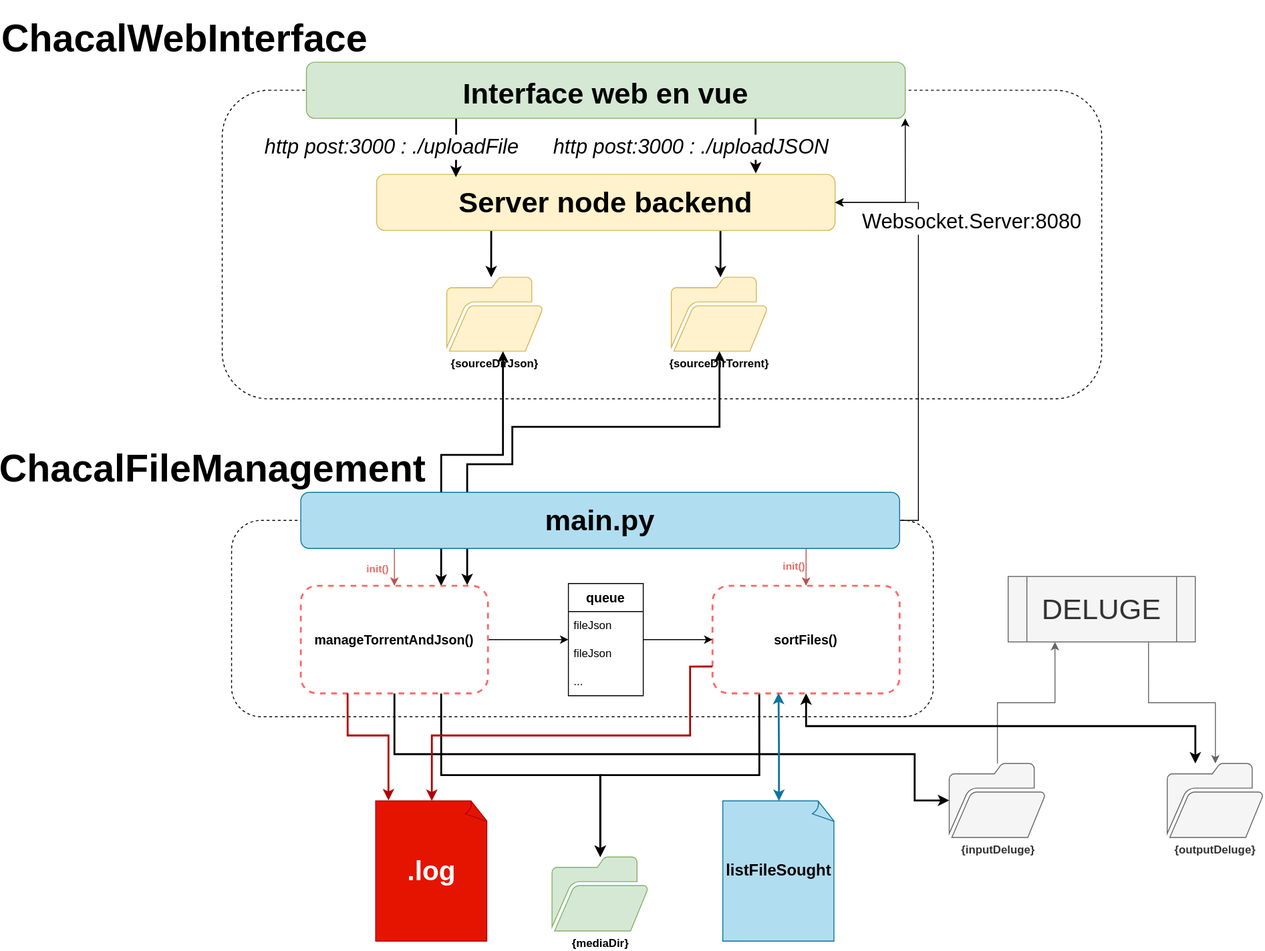
The draw.io diagram Archi_ChacalTorrent.svg in ChacalTordu/ChacalTorrent, before a commit. Source tidied: cells renumbered, new cells last; positions are measured from the earlier drawing's top-left corner, leaving out a move shared by most shapes.
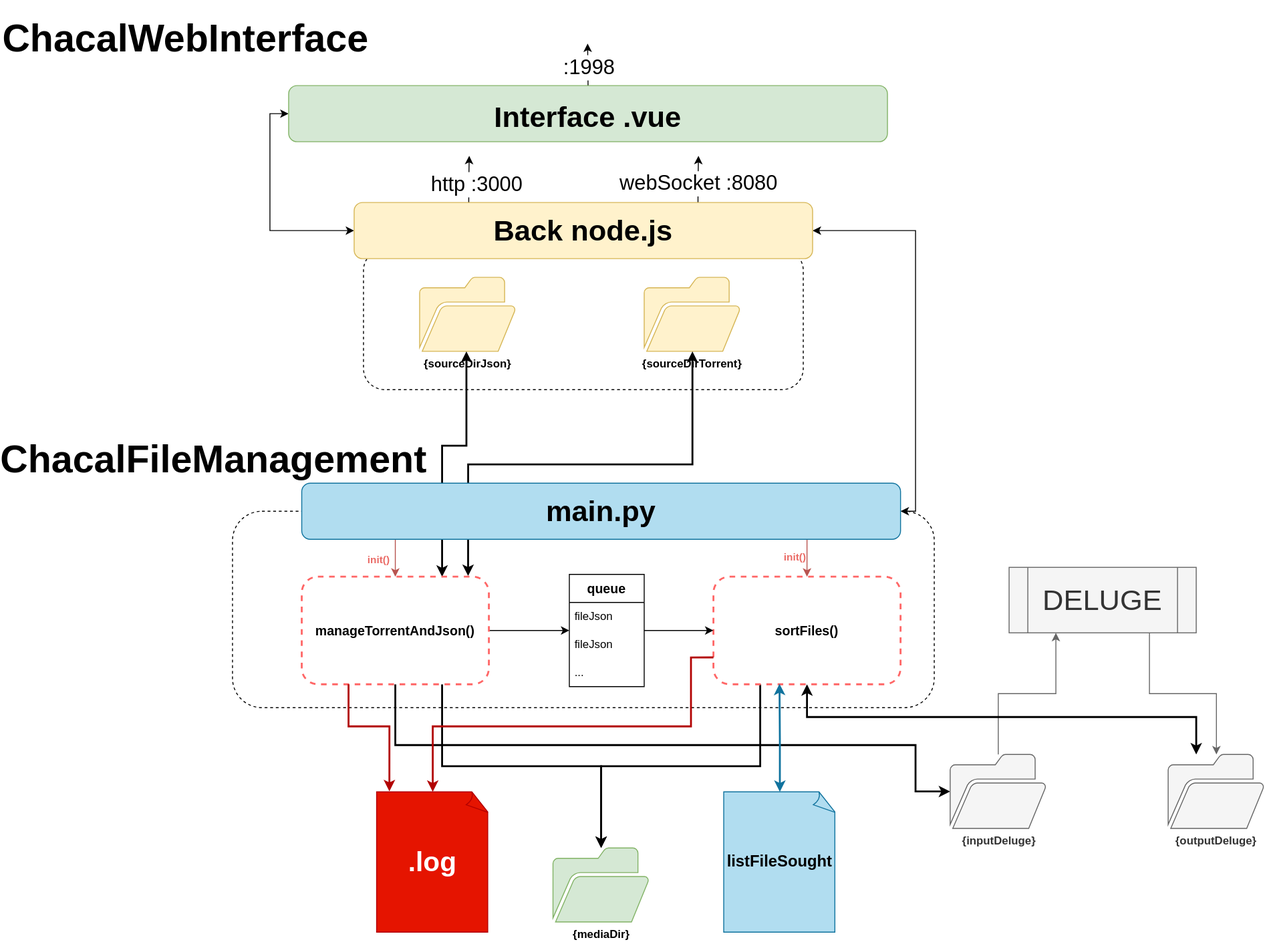
The same file after the commit.

What changed in the source:
```diff
@@ -2,62 +2,33 @@
   <root>
     <mxCell id="0" />
     <mxCell id="1" parent="0" />
-    <mxCell id="2" style="rounded=1;whiteSpace=wrap;html=1;fillColor=none;dashed=1;" parent="1" vertex="1">
-      <mxGeometry x="200" y="70" width="940" height="330" as="geometry" />
-    </mxCell>
-    <mxCell id="3" style="edgeStyle=orthogonalEdgeStyle;rounded=0;jettySize=auto;html=1;exitX=0.25;exitY=1;exitDx=0;exitDy=0;strokeWidth=2;" parent="1" edge="1" source="5" target="6">
-      <mxGeometry relative="1" as="geometry">
-        <Array as="points">
-          <mxPoint x="488" y="245" />
-          <mxPoint x="488" y="245" />
-        </Array>
-      </mxGeometry>
-    </mxCell>
-    <mxCell id="4" style="edgeStyle=orthogonalEdgeStyle;rounded=0;jettySize=auto;html=1;exitX=0.75;exitY=1;exitDx=0;exitDy=0;strokeWidth=2;" parent="1" edge="1" source="5" target="7">
-      <mxGeometry relative="1" as="geometry">
-        <Array as="points">
-          <mxPoint x="733" y="245" />
-          <mxPoint x="733" y="245" />
-        </Array>
-      </mxGeometry>
-    </mxCell>
-    <mxCell id="5" value="&lt;h1 style=&quot;font-size: 25px;&quot;&gt;&lt;font style=&quot;font-size: 31px;&quot;&gt;Server node backend&lt;/font&gt;&lt;/h1&gt;" style="rounded=1;whiteSpace=wrap;html=1;fillColor=#fff2cc;strokeColor=#d6b656;" parent="1" vertex="1">
-      <mxGeometry x="365" y="160" width="490" height="60" as="geometry" />
-    </mxCell>
     <mxCell id="6" value="&lt;b&gt;{sourceDirJson}&lt;/b&gt;" style="sketch=0;shadow=0;dashed=0;html=1;labelPosition=center;verticalLabelPosition=bottom;verticalAlign=top;outlineConnect=0;align=center;shape=mxgraph.office.concepts.folder_open;fillColor=#fff2cc;strokeColor=#d6b656;" parent="1" vertex="1">
-      <mxGeometry x="440" y="270" width="103" height="79.1" as="geometry" />
+      <mxGeometry x="410" y="280" width="103" height="79.1" as="geometry" />
     </mxCell>
     <mxCell id="7" value="&lt;b&gt;{sourceDirTorrent}&lt;/b&gt;" style="sketch=0;shadow=0;dashed=0;html=1;strokeColor=#d6b656;fillColor=#fff2cc;labelPosition=center;verticalLabelPosition=bottom;verticalAlign=top;outlineConnect=0;align=center;shape=mxgraph.office.concepts.folder_open;" parent="1" vertex="1">
-      <mxGeometry x="680" y="270" width="103" height="79.1" as="geometry" />
+      <mxGeometry x="650" y="280" width="103" height="79.1" as="geometry" />
     </mxCell>
-    <mxCell id="8" style="edgeStyle=orthogonalEdgeStyle;rounded=0;jettySize=auto;html=1;exitX=0.25;exitY=1;exitDx=0;exitDy=0;entryX=0.173;entryY=0.05;entryDx=0;entryDy=0;entryPerimeter=0;strokeWidth=2;" parent="1" edge="1" source="13" target="5">
-      <mxGeometry relative="1" as="geometry" />
-    </mxCell>
-    <mxCell id="9" value="&lt;font size=&quot;1&quot;&gt;&lt;i style=&quot;font-size: 22px;&quot;&gt;http post:3000 : ./uploadFile&lt;/i&gt;&lt;/font&gt;" style="edgeLabel;html=1;align=center;verticalAlign=middle;" parent="8" vertex="1">
-      <mxGeometry y="-2" relative="1" as="geometry">
-        <mxPoint x="-68" y="-3" as="offset" />
-      </mxGeometry>
-    </mxCell>
-    <mxCell id="10" style="edgeStyle=orthogonalEdgeStyle;rounded=0;jettySize=auto;html=1;exitX=0.75;exitY=1;exitDx=0;exitDy=0;entryX=0.827;entryY=-0.017;entryDx=0;entryDy=0;entryPerimeter=0;strokeWidth=2;" parent="1" edge="1" source="13" target="5">
-      <mxGeometry relative="1" as="geometry" />
-    </mxCell>
-    <mxCell id="11" value="&lt;font style=&quot;font-size: 22px;&quot;&gt;&lt;i&gt;http post:&lt;/i&gt;&lt;font style=&quot;font-size: 22px;&quot;&gt;&lt;i&gt;3000&lt;/i&gt;&lt;/font&gt;&lt;font style=&quot;font-size: 22px;&quot;&gt;&lt;i&gt; : .&lt;/i&gt;&lt;/font&gt;&lt;font style=&quot;font-size: 22px;&quot;&gt;&lt;i&gt;/uploadJSON&lt;/i&gt;&lt;/font&gt;&lt;/font&gt;" style="edgeLabel;html=1;align=center;verticalAlign=middle;" parent="10" vertex="1">
-      <mxGeometry x="-0.38" relative="1" as="geometry">
-        <mxPoint x="-70" y="12" as="offset" />
-      </mxGeometry>
-    </mxCell>
-    <mxCell id="12" style="edgeStyle=orthogonalEdgeStyle;rounded=0;jettySize=auto;html=1;exitX=1;exitY=1;exitDx=0;exitDy=0;entryX=1;entryY=0.5;entryDx=0;entryDy=0;startArrow=classic;startFill=1;" parent="1" edge="1" source="13" target="5">
-      <mxGeometry relative="1" as="geometry">
-        <Array as="points">
-          <mxPoint x="930" y="190" />
-        </Array>
-      </mxGeometry>
-    </mxCell>
-    <mxCell id="13" value="&lt;h1 style=&quot;font-size: 40px;&quot;&gt;&lt;font style=&quot;font-size: 31px;&quot;&gt;Interface web en vue&lt;/font&gt;&lt;/h1&gt;" style="rounded=1;whiteSpace=wrap;html=1;fillColor=#d5e8d4;strokeColor=#82b366;" parent="1" vertex="1">
-      <mxGeometry x="290" y="40" width="640" height="60" as="geometry" />
-    </mxCell>
+    <mxCell id="49" style="edgeStyle=orthogonalEdgeStyle;rounded=0;jettySize=auto;html=1;exitX=0.5;exitY=0;exitDx=0;exitDy=0;" parent="1" edge="1" source="52">
+      <mxGeometry relative="1" as="geometry">
+        <mxPoint x="589.5" y="30" as="targetPoint" />
+      </mxGeometry>
+    </mxCell>
+    <mxCell id="50" value="&lt;font style=&quot;font-size: 22px;&quot;&gt;:1998&lt;/font&gt;" style="edgeLabel;html=1;align=center;verticalAlign=middle;" parent="49" vertex="1">
+      <mxGeometry x="-0.08" relative="1" as="geometry" />
+    </mxCell>
+    <mxCell id="51" style="edgeStyle=orthogonalEdgeStyle;rounded=0;jettySize=auto;html=1;entryX=0;entryY=0.5;entryDx=0;entryDy=0;startArrow=classic;startFill=1;" parent="1" edge="1" source="52" target="62">
+      <mxGeometry relative="1" as="geometry">
+        <Array as="points">
+          <mxPoint x="250" y="105" />
+          <mxPoint x="250" y="230" />
+        </Array>
+      </mxGeometry>
+    </mxCell>
+    <mxCell id="52" value="&lt;h1 style=&quot;font-size: 40px;&quot;&gt;&lt;font style=&quot;font-size: 31px;&quot;&gt;Interface .vue&lt;/font&gt;&lt;/h1&gt;" style="rounded=1;whiteSpace=wrap;html=1;fillColor=#d5e8d4;strokeColor=#82b366;" parent="1" vertex="1">
+      <mxGeometry x="270" y="75" width="640" height="60" as="geometry" />
+    </mxCell>
     <mxCell id="14" value="&lt;h1 style=&quot;font-size: 25px;&quot;&gt;&lt;font style=&quot;font-size: 41px;&quot;&gt;ChacalWebInterface&lt;/font&gt;&lt;/h1&gt;" style="text;html=1;align=center;verticalAlign=middle;whiteSpace=wrap;rounded=0;" parent="1" vertex="1">
-      <mxGeometry width="320" height="30" as="geometry" />
+      <mxGeometry y="10" width="320" height="30" as="geometry" />
     </mxCell>
     <mxCell id="15" value="&lt;h1 style=&quot;font-size: 25px;&quot;&gt;&lt;font style=&quot;font-size: 41px;&quot;&gt;ChacalFileManagement&lt;/font&gt;&lt;/h1&gt;" style="text;html=1;align=center;verticalAlign=middle;whiteSpace=wrap;rounded=0;" parent="1" vertex="1">
       <mxGeometry x="30" y="460" width="320" height="30" as="geometry" />
@@ -68,7 +39,7 @@
     <mxCell id="17" style="edgeStyle=orthogonalEdgeStyle;rounded=0;jettySize=auto;html=1;entryX=0.75;entryY=0;entryDx=0;entryDy=0;startArrow=classic;startFill=1;strokeWidth=2;" parent="1" edge="1" source="6" target="30">
       <mxGeometry relative="1" as="geometry">
         <Array as="points">
-          <mxPoint x="500" y="460" />
+          <mxPoint x="460" y="460" />
           <mxPoint x="434" y="460" />
         </Array>
       </mxGeometry>
@@ -76,10 +47,8 @@
     <mxCell id="18" style="edgeStyle=orthogonalEdgeStyle;rounded=0;jettySize=auto;html=1;entryX=0.889;entryY=-0.007;entryDx=0;entryDy=0;entryPerimeter=0;startArrow=classic;startFill=1;strokeWidth=2;" parent="1" edge="1" source="7" target="30">
       <mxGeometry relative="1" as="geometry">
         <Array as="points">
-          <mxPoint x="732" y="430" />
-          <mxPoint x="510" y="430" />
-          <mxPoint x="510" y="470" />
-          <mxPoint x="462" y="470" />
+          <mxPoint x="701" y="480" />
+          <mxPoint x="462" y="480" />
         </Array>
       </mxGeometry>
     </mxCell>
@@ -101,9 +70,9 @@
     <mxCell id="22" style="edgeStyle=orthogonalEdgeStyle;rounded=0;jettySize=auto;html=1;exitX=0.75;exitY=1;exitDx=0;exitDy=0;fillColor=#f5f5f5;strokeColor=#666666;" parent="1" edge="1" source="24" target="26">
       <mxGeometry relative="1" as="geometry" />
     </mxCell>
-    <mxCell id="23" style="rounded=1;whiteSpace=wrap;html=1;fillColor=none;dashed=1;" parent="1" vertex="1">
-      <mxGeometry x="210" y="530" width="750" height="210" as="geometry" />
-    </mxCell>
+    <mxCell id="53" style="rounded=1;whiteSpace=wrap;html=1;fillColor=none;dashed=1;" parent="1" vertex="1">
+      <mxGeometry x="210" y="530" width="750" height="210" as="geometry" />
+    </mxCell>
     <mxCell id="24" value="&lt;font style=&quot;font-size: 31px;&quot;&gt;DELUGE&lt;/font&gt;" style="shape=process;whiteSpace=wrap;html=1;backgroundOutline=1;fillColor=#f5f5f5;fontColor=#333333;strokeColor=#666666;" parent="1" vertex="1">
       <mxGeometry x="1040" y="590" width="200" height="70" as="geometry" />
     </mxCell>
@@ -143,11 +112,11 @@
         </Array>
       </mxGeometry>
     </mxCell>
-    <mxCell id="34" value="&lt;b&gt;init()&lt;/b&gt;" style="edgeLabel;html=1;align=center;verticalAlign=middle;fontColor=#EA6B66;" parent="33" vertex="1">
-      <mxGeometry x="0.62" y="-2" relative="1" as="geometry">
-        <mxPoint x="-17" as="offset" />
-      </mxGeometry>
-    </mxCell>
+    <mxCell id="54" value="&lt;b&gt;init()&lt;/b&gt;" style="edgeLabel;html=1;align=center;verticalAlign=middle;fontColor=#EA6B66;" parent="33" vertex="1">
+      <mxGeometry x="0.62" y="-2" relative="1" as="geometry">
+        <mxPoint x="-17" as="offset" />
+      </mxGeometry>
+    </mxCell>
     <mxCell id="35" style="edgeStyle=orthogonalEdgeStyle;rounded=0;jettySize=auto;html=1;exitX=0.75;exitY=1;exitDx=0;exitDy=0;entryX=0.5;entryY=0;entryDx=0;entryDy=0;fillColor=#f8cecc;strokeColor=#b85450;" parent="1" edge="1" source="39" target="32">
       <mxGeometry relative="1" as="geometry">
         <Array as="points">
@@ -155,24 +124,19 @@
         </Array>
       </mxGeometry>
     </mxCell>
-    <mxCell id="36" value="&lt;b&gt;init()&lt;/b&gt;" style="edgeLabel;html=1;align=center;verticalAlign=middle;fontColor=#EA6B66;" parent="35" vertex="1">
-      <mxGeometry x="0.57" relative="1" as="geometry">
-        <mxPoint x="-14" as="offset" />
-      </mxGeometry>
-    </mxCell>
-    <mxCell id="37" style="edgeStyle=orthogonalEdgeStyle;rounded=0;jettySize=auto;html=1;entryX=1;entryY=0.5;entryDx=0;entryDy=0;" parent="1" edge="1" source="39" target="5">
-      <mxGeometry relative="1" as="geometry">
-        <Array as="points">
-          <mxPoint x="944" y="530" />
-          <mxPoint x="944" y="190" />
-        </Array>
-      </mxGeometry>
-    </mxCell>
-    <mxCell id="38" value="&lt;font style=&quot;font-size: 22px;&quot;&gt;Websocket.Server&lt;/font&gt;&lt;font style=&quot;font-size: 22px;&quot;&gt;:8080&lt;/font&gt;" style="edgeLabel;html=1;align=center;verticalAlign=middle;" parent="37" vertex="1">
-      <mxGeometry x="-0.51" relative="1" as="geometry">
-        <mxPoint x="56" y="-229" as="offset" />
-      </mxGeometry>
-    </mxCell>
+    <mxCell id="55" value="&lt;b&gt;init()&lt;/b&gt;" style="edgeLabel;html=1;align=center;verticalAlign=middle;fontColor=#EA6B66;" parent="35" vertex="1">
+      <mxGeometry x="0.57" relative="1" as="geometry">
+        <mxPoint x="-14" as="offset" />
+      </mxGeometry>
+    </mxCell>
+    <mxCell id="56" style="edgeStyle=orthogonalEdgeStyle;rounded=0;jettySize=auto;html=1;entryX=1;entryY=0.5;entryDx=0;entryDy=0;startArrow=classic;startFill=1;" parent="1" edge="1" source="39" target="62">
+      <mxGeometry relative="1" as="geometry">
+        <Array as="points">
+          <mxPoint x="940" y="530" />
+          <mxPoint x="940" y="230" />
+        </Array>
+      </mxGeometry>
+    </mxCell>
     <mxCell id="39" value="&lt;h1 style=&quot;font-size: 31px;&quot;&gt;main.py&lt;/h1&gt;" style="rounded=1;whiteSpace=wrap;html=1;fillColor=#b1ddf0;strokeColor=#10739e;" parent="1" vertex="1">
       <mxGeometry x="284" y="500" width="640" height="60" as="geometry" />
     </mxCell>
@@ -205,6 +169,9 @@
         </Array>
       </mxGeometry>
     </mxCell>
+    <mxCell id="57" style="rounded=1;whiteSpace=wrap;html=1;fillColor=none;dashed=1;" parent="1" vertex="1">
+      <mxGeometry x="350" y="250" width="470" height="150" as="geometry" />
+    </mxCell>
     <mxCell id="48" style="edgeStyle=orthogonalEdgeStyle;rounded=0;jettySize=auto;html=1;exitX=0;exitY=0.75;exitDx=0;exitDy=0;entryX=0.5;entryY=0;entryDx=0;entryDy=0;entryPerimeter=0;strokeWidth=2;fillColor=#e51400;strokeColor=#B20000;" parent="1" edge="1" source="32" target="16">
       <mxGeometry relative="1" as="geometry">
         <Array as="points">
@@ -214,5 +181,28 @@
         </Array>
       </mxGeometry>
     </mxCell>
+    <mxCell id="58" style="edgeStyle=orthogonalEdgeStyle;rounded=0;jettySize=auto;html=1;exitX=0.25;exitY=0;exitDx=0;exitDy=0;" parent="1" edge="1" source="62">
+      <mxGeometry relative="1" as="geometry">
+        <mxPoint x="463" y="150" as="targetPoint" />
+      </mxGeometry>
+    </mxCell>
+    <mxCell id="59" value="&lt;div style=&quot;font-size: 12px;&quot;&gt;&lt;font style=&quot;font-size: 22px;&quot;&gt;http :3000&lt;/font&gt;&lt;/div&gt;" style="edgeLabel;html=1;align=center;verticalAlign=middle;" parent="58" vertex="1">
+      <mxGeometry x="-0.21" relative="1" as="geometry">
+        <mxPoint x="8" as="offset" />
+      </mxGeometry>
+    </mxCell>
+    <mxCell id="60" style="edgeStyle=orthogonalEdgeStyle;rounded=0;jettySize=auto;html=1;exitX=0.75;exitY=0;exitDx=0;exitDy=0;" parent="1" edge="1" source="62">
+      <mxGeometry relative="1" as="geometry">
+        <mxPoint x="708" y="150" as="targetPoint" />
+      </mxGeometry>
+    </mxCell>
+    <mxCell id="61" value="&lt;font style=&quot;font-size: 22px;&quot;&gt;webSocket :8080&lt;/font&gt;" style="edgeLabel;html=1;align=center;verticalAlign=middle;" parent="60" vertex="1">
+      <mxGeometry x="-0.06" relative="1" as="geometry">
+        <mxPoint y="4" as="offset" />
+      </mxGeometry>
+    </mxCell>
+    <mxCell id="62" value="&lt;h1 style=&quot;font-size: 25px;&quot;&gt;&lt;font style=&quot;font-size: 31px;&quot;&gt;Back node.js&lt;br&gt;&lt;/font&gt;&lt;/h1&gt;" style="rounded=1;whiteSpace=wrap;html=1;fillColor=#fff2cc;strokeColor=#d6b656;" parent="1" vertex="1">
+      <mxGeometry x="340" y="200" width="490" height="60" as="geometry" />
+    </mxCell>
   </root>
 </mxGraphModel>
```
